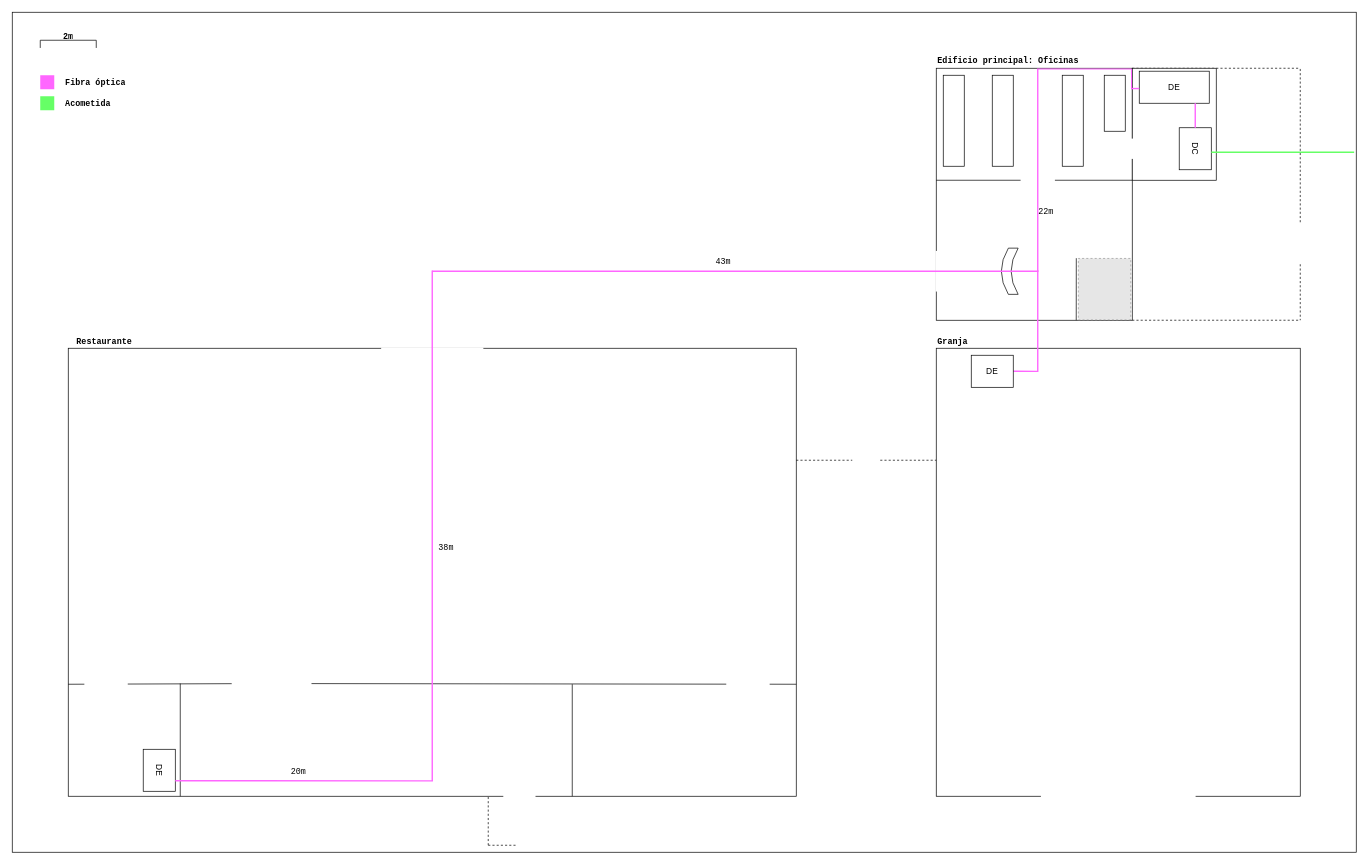
This is SMRL_Plano_General_Campus.drawio from cnrxad/smrl-draw.io, a draw.io file, before an edit. Source tidied: cells renumbered, new cells numbered last; positions are measured from the earlier drawing's top-left corner, leaving out a move shared by most shapes. Both pictures are drawn from the tidied source at 70%, with x=0, y=0 at pixel (12, 12). Pictures stored in the file or linked from it are replaced by grey dashed boxes.
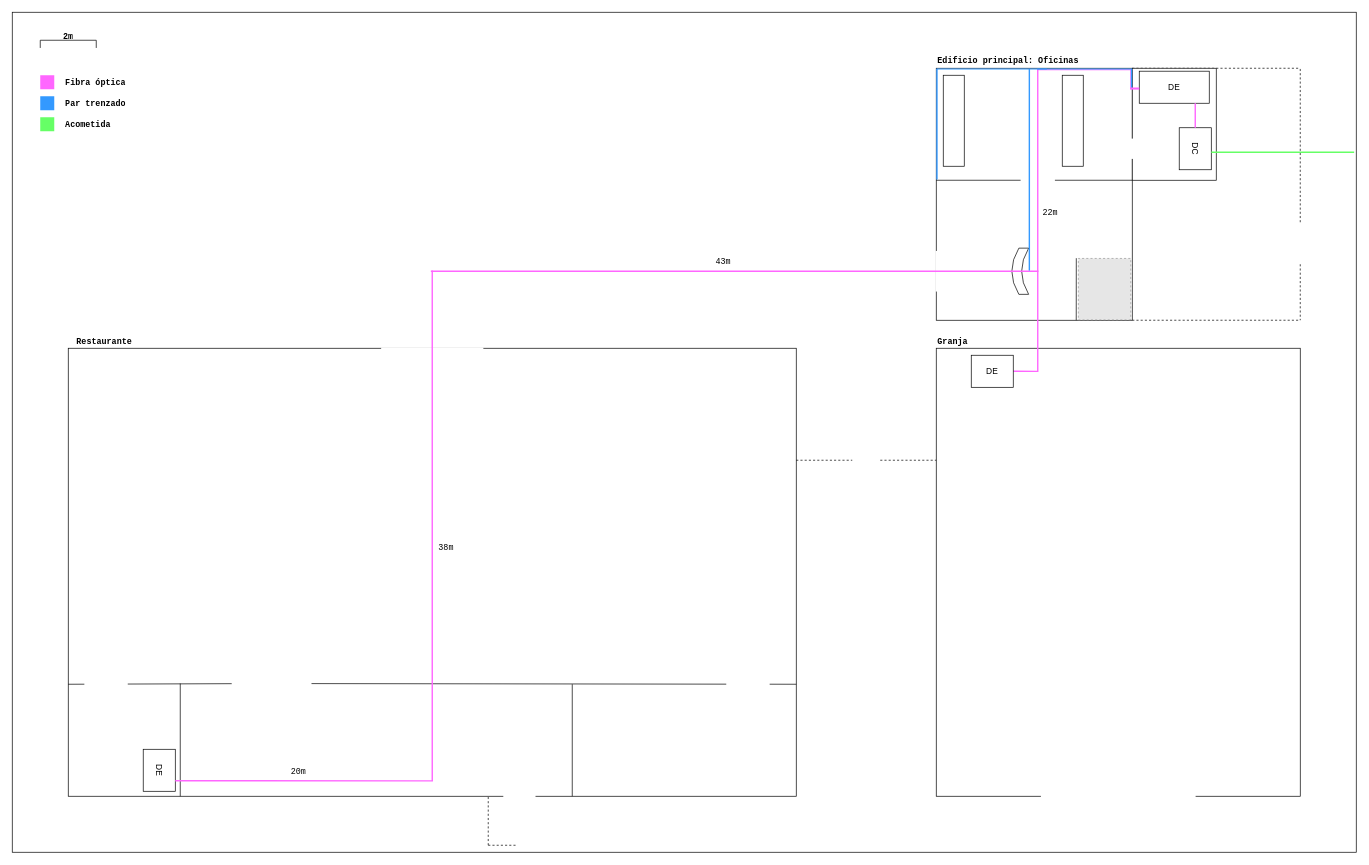
Above is the later version.

The edit, as a diff of the source:
```diff
@@
+    <mxCell id="4" style="rounded=0;whiteSpace=wrap;html=1;strokeColor=default;shadow=0;glass=0;" parent="1" vertex="1">
+      <mxGeometry x="1320" y="80" width="280" height="360" as="geometry" />
+    </mxCell>
@@
-    <mxCell id="4" style="rounded=0;whiteSpace=wrap;html=1;strokeColor=default;shadow=0;glass=0;" parent="1" vertex="1">
-      <mxGeometry x="1320" y="80" width="280" height="360" as="geometry" />
-    </mxCell>
@@
     <mxCell id="18" style="shape=dataStorage;whiteSpace=wrap;html=1;fixedSize=1;size=10;" parent="1" vertex="1">
-      <mxGeometry x="1413" y="337" width="24" height="66" as="geometry" />
+      <mxGeometry x="1428" y="337" width="24" height="66" as="geometry" />
     </mxCell>
-    <mxCell id="19" style="endArrow=none;html=1;rounded=0;strokeColor=light-dark(#FF66FF,#FF66FF);strokeWidth=1.5;" parent="1" edge="1">
-      <mxGeometry relative="1" as="geometry">
-        <mxPoint x="1464" y="81" as="sourcePoint" />
-        <mxPoint x="1599" y="81" as="targetPoint" />
-      </mxGeometry>
-    </mxCell>
@@
     <mxCell id="36" style="endArrow=none;html=1;rounded=0;strokeColor=light-dark(#FF66FF,#FF66FF);strokeWidth=2;" parent="1" edge="1">
       <mxGeometry relative="1" as="geometry">
-        <mxPoint x="600" y="370" as="sourcePoint" />
-        <mxPoint x="1466" y="370" as="targetPoint" />
+        <mxPoint x="598" y="370" as="sourcePoint" />
+        <mxPoint x="1464" y="370" as="targetPoint" />
       </mxGeometry>
     </mxCell>
-    <mxCell id="37" style="endArrow=none;html=1;rounded=0;strokeColor=light-dark(#FF66FF,#FF66FF);endSize=6;startSize=6;sourcePerimeterSpacing=0;strokeWidth=2;flowAnimation=0;shadow=0;" parent="1" edge="1">
+    <mxCell id="37" style="endArrow=none;html=1;rounded=0;strokeColor=#3399FF;endSize=6;startSize=6;sourcePerimeterSpacing=0;strokeWidth=2;flowAnimation=0;shadow=0;" parent="1" edge="1">
       <mxGeometry relative="1" as="geometry">
-        <mxPoint x="1465" y="370" as="sourcePoint" />
-        <mxPoint x="1465" y="81" as="targetPoint" />
+        <mxPoint x="1453" y="369" as="sourcePoint" />
+        <mxPoint x="1453" y="81" as="targetPoint" />
       </mxGeometry>
     </mxCell>
@@
-    <mxCell id="40" style="rounded=0;whiteSpace=wrap;html=1;" parent="1" vertex="1">
-      <mxGeometry x="1400" y="90" width="30" height="130" as="geometry" />
-    </mxCell>
@@
-    <mxCell id="42" style="rounded=0;whiteSpace=wrap;html=1;" parent="1" vertex="1">
-      <mxGeometry x="1560" y="90" width="30" height="80" as="geometry" />
-    </mxCell>
@@
-    <mxCell id="46" style="whiteSpace=wrap;html=1;fillColor=light-dark(#66FF66,#FF66FF);strokeColor=none;" parent="1" vertex="1">
+    <mxCell id="46" style="whiteSpace=wrap;html=1;fillColor=light-dark(#3399FF,#3399FF);strokeColor=none;" parent="1" vertex="1">
       <mxGeometry x="40" y="120" width="20" height="20" as="geometry" />
     </mxCell>
@@
-    <mxCell id="48" value="&lt;font face=&quot;Courier New&quot;&gt;&lt;b&gt;Acometida&lt;/b&gt;&lt;/font&gt;" style="text;strokeColor=none;fillColor=none;align=left;verticalAlign=middle;spacingLeft=4;spacingRight=4;overflow=hidden;whiteSpace=wrap;html=1;" parent="1" vertex="1">
+    <mxCell id="48" value="&lt;font face=&quot;Courier New&quot;&gt;&lt;b&gt;Par trenzado&lt;/b&gt;&lt;/font&gt;" style="text;strokeColor=none;fillColor=none;align=left;verticalAlign=middle;spacingLeft=4;spacingRight=4;overflow=hidden;whiteSpace=wrap;html=1;" parent="1" vertex="1">
       <mxGeometry x="70" y="115" width="170" height="30" as="geometry" />
     </mxCell>
@@
-    <mxCell id="63" value="&lt;div align=&quot;center&quot;&gt;&lt;font face=&quot;Courier New&quot;&gt;22m&lt;/font&gt;&lt;/div&gt;" style="text;strokeColor=none;fillColor=none;align=center;verticalAlign=middle;spacingLeft=4;spacingRight=4;overflow=hidden;whiteSpace=wrap;html=1;" parent="1" vertex="1">
-      <mxGeometry x="1437" y="270" width="80" height="30" as="geometry" />
-    </mxCell>
-    <mxCell id="64" style="endArrow=none;html=1;rounded=0;strokeColor=light-dark(#FF66FF,#FF66FF);strokeWidth=1.5;" parent="1" edge="1">
-      <mxGeometry relative="1" as="geometry">
-        <mxPoint x="1598.9" y="81" as="sourcePoint" />
-        <mxPoint x="1599" y="110" as="targetPoint" />
-      </mxGeometry>
-    </mxCell>
-    <mxCell id="65" style="endArrow=none;html=1;rounded=0;strokeColor=light-dark(#FF66FF,#FF66FF);endSize=6;startSize=6;sourcePerimeterSpacing=0;strokeWidth=2;" parent="1" edge="1">
-      <mxGeometry relative="1" as="geometry">
-        <mxPoint x="1599" y="109" as="sourcePoint" />
-        <mxPoint x="1610" y="109" as="targetPoint" />
-      </mxGeometry>
-    </mxCell>
@@
+    <mxCell id="68" style="endArrow=none;html=1;rounded=0;strokeColor=light-dark(#FF66FF,#FF66FF);endSize=6;startSize=6;sourcePerimeterSpacing=0;strokeWidth=2;flowAnimation=0;shadow=0;" parent="1" edge="1">
+      <mxGeometry relative="1" as="geometry">
+        <mxPoint x="1465" y="371" as="sourcePoint" />
+        <mxPoint x="1465" y="81" as="targetPoint" />
+      </mxGeometry>
+    </mxCell>
+    <mxCell id="63" value="&lt;div align=&quot;center&quot;&gt;&lt;font face=&quot;Courier New&quot;&gt;22m&lt;/font&gt;&lt;/div&gt;" style="text;strokeColor=none;fillColor=none;align=center;verticalAlign=middle;spacingLeft=4;spacingRight=4;overflow=hidden;whiteSpace=wrap;html=1;" parent="1" vertex="1">
+      <mxGeometry x="1443" y="271" width="80" height="30" as="geometry" />
+    </mxCell>
+    <mxCell id="69" style="endArrow=none;html=1;rounded=0;strokeColor=light-dark(#FF66FF,#FF66FF);strokeWidth=1.5;" parent="1" edge="1">
+      <mxGeometry relative="1" as="geometry">
+        <mxPoint x="1464.9" y="82.2" as="sourcePoint" />
+        <mxPoint x="1599.9" y="82.2" as="targetPoint" />
+      </mxGeometry>
+    </mxCell>
+    <mxCell id="70" style="endArrow=none;html=1;rounded=0;strokeColor=light-dark(#3399FF,#3399FF);strokeWidth=1.5;" parent="1" edge="1">
+      <mxGeometry relative="1" as="geometry">
+        <mxPoint x="1320" y="81" as="sourcePoint" />
+        <mxPoint x="1478" y="81" as="targetPoint" />
+      </mxGeometry>
+    </mxCell>
+    <mxCell id="19" style="endArrow=none;html=1;rounded=0;strokeColor=light-dark(#3399FF,#FF66FF);strokeWidth=1.5;entryX=1;entryY=0.003;entryDx=0;entryDy=0;entryPerimeter=0;" parent="1" edge="1" target="4">
+      <mxGeometry relative="1" as="geometry">
+        <mxPoint x="1464" y="81" as="sourcePoint" />
+      </mxGeometry>
+    </mxCell>
+    <mxCell id="64" style="endArrow=none;html=1;rounded=0;strokeColor=light-dark(#FF66FF,#FF66FF);strokeWidth=1.5;" parent="1" edge="1">
+      <mxGeometry relative="1" as="geometry">
+        <mxPoint x="1598" y="82" as="sourcePoint" />
+        <mxPoint x="1598" y="110" as="targetPoint" />
+      </mxGeometry>
+    </mxCell>
+    <mxCell id="71" style="endArrow=none;html=1;rounded=0;strokeColor=light-dark(#3399FF,#3399FF);endSize=6;startSize=6;sourcePerimeterSpacing=0;strokeWidth=2;flowAnimation=0;shadow=0;" parent="1" edge="1">
+      <mxGeometry relative="1" as="geometry">
+        <mxPoint x="1599" y="109" as="sourcePoint" />
+        <mxPoint x="1599" y="81" as="targetPoint" />
+      </mxGeometry>
+    </mxCell>
+    <mxCell id="65" style="endArrow=none;html=1;rounded=0;strokeColor=light-dark(#FF66FF,#FF66FF);endSize=6;startSize=6;sourcePerimeterSpacing=0;strokeWidth=3;" parent="1" edge="1">
+      <mxGeometry relative="1" as="geometry">
+        <mxPoint x="1597" y="109" as="sourcePoint" />
+        <mxPoint x="1610" y="109" as="targetPoint" />
+      </mxGeometry>
+    </mxCell>
+    <mxCell id="72" style="endArrow=none;html=1;rounded=0;strokeColor=#3399FF;endSize=6;startSize=6;sourcePerimeterSpacing=0;strokeWidth=2;flowAnimation=0;shadow=0;" parent="1" edge="1">
+      <mxGeometry relative="1" as="geometry">
+        <mxPoint x="1321" y="239" as="sourcePoint" />
+        <mxPoint x="1321" y="81" as="targetPoint" />
+      </mxGeometry>
+    </mxCell>
+    <mxCell id="73" style="whiteSpace=wrap;html=1;fillColor=light-dark(#66FF66,#FF66FF);strokeColor=none;" parent="1" vertex="1">
+      <mxGeometry x="40" y="150" width="20" height="20" as="geometry" />
+    </mxCell>
+    <mxCell id="74" value="&lt;font face=&quot;Courier New&quot;&gt;&lt;b&gt;Acometida&lt;/b&gt;&lt;/font&gt;" style="text;strokeColor=none;fillColor=none;align=left;verticalAlign=middle;spacingLeft=4;spacingRight=4;overflow=hidden;whiteSpace=wrap;html=1;" parent="1" vertex="1">
+      <mxGeometry x="70" y="145" width="170" height="30" as="geometry" />
+    </mxCell>
```
